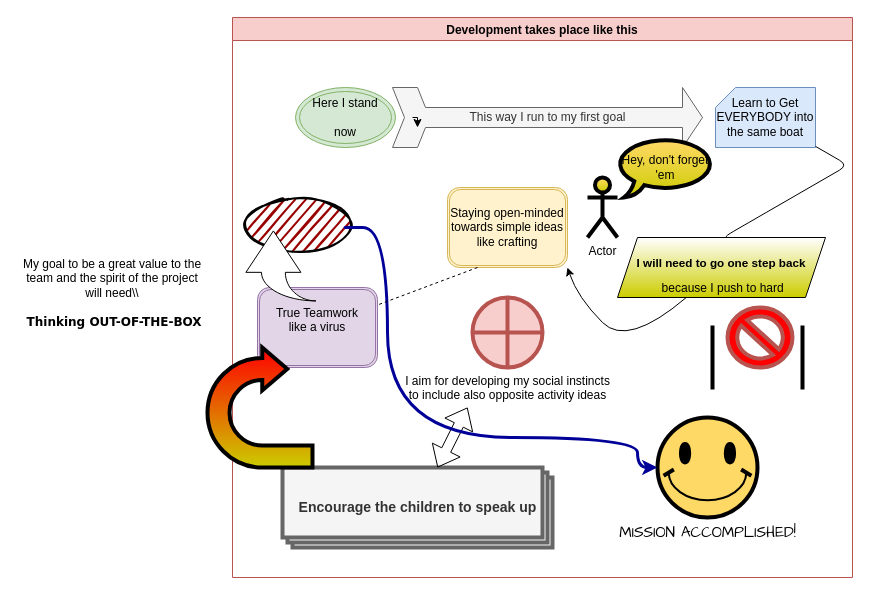
faQun/beispiel-element keeps this draw.io diagram as Untitled Diagram.drawio. Above is the earlier version. Source tidied: cells renumbered, new cells numbered last; positions are measured from the earlier drawing's top-left corner, leaving out a move shared by most shapes. Both pictures are drawn from the tidied source at 100%, with x=0, y=0 at pixel (17, 17).
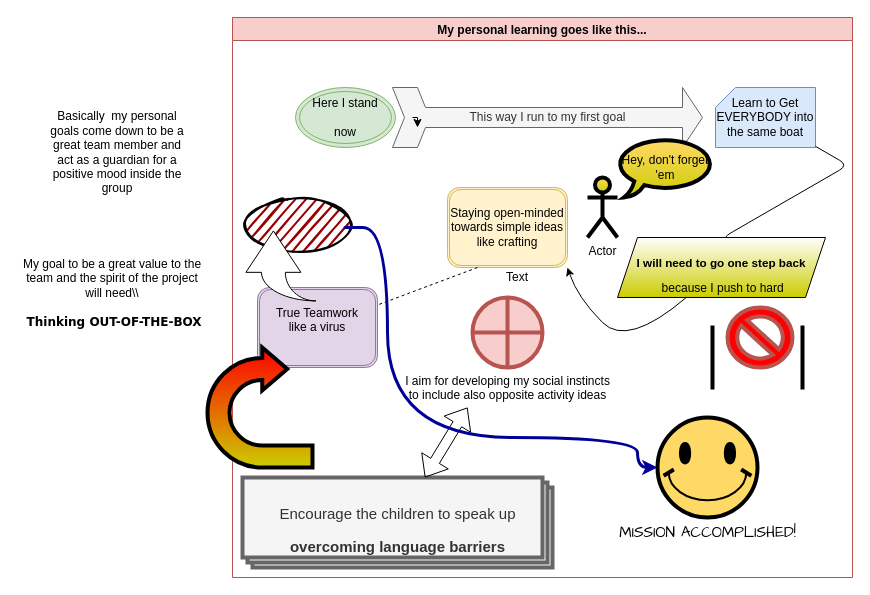
Above is the later version.

Change to the diagram source:
```diff
@@
-    <mxCell id="4" value="Development takes place like this" style="swimlane;fillColor=#f8cecc;strokeColor=#b85450;" parent="1" vertex="1">
+    <mxCell id="4" value="My personal learning goes like this..." style="swimlane;fillColor=#f8cecc;strokeColor=#b85450;" parent="1" vertex="1">
       <mxGeometry x="215" width="620" height="560" as="geometry" />
     </mxCell>
@@
-    <mxCell id="10" value="&lt;div&gt;&lt;h3&gt;Encourage the children to speak up&lt;/h3&gt;&lt;/div&gt;" style="verticalLabelPosition=middle;verticalAlign=middle;html=1;shape=mxgraph.basic.layered_rect;dx=10;outlineConnect=0;strokeWidth=4;align=center;labelPosition=center;fillColor=#f5f5f5;strokeColor=#666666;fontColor=#333333;" parent="4" vertex="1">
-      <mxGeometry x="50" y="450" width="270" height="80" as="geometry" />
+    <mxCell id="10" value="&lt;div style=&quot;font-size: 15px&quot;&gt;&lt;p&gt;Encourage the children to speak up&lt;/p&gt;&lt;div&gt;&lt;b&gt;overcoming language barriers&lt;/b&gt;&lt;br&gt;&lt;/div&gt;&lt;/div&gt;" style="verticalLabelPosition=middle;verticalAlign=middle;html=1;shape=mxgraph.basic.layered_rect;dx=10;outlineConnect=0;strokeWidth=4;align=center;labelPosition=center;fillColor=#f5f5f5;strokeColor=#666666;fontColor=#333333;" parent="4" vertex="1">
+      <mxGeometry x="10" y="460" width="310" height="90" as="geometry" />
     </mxCell>
@@
+    <mxCell id="26" value="Text" style="text;html=1;strokeColor=none;fillColor=none;align=center;verticalAlign=middle;whiteSpace=wrap;rounded=0;" parent="1" vertex="1">
+      <mxGeometry x="480" y="250" width="40" height="20" as="geometry" />
+    </mxCell>
+    <mxCell id="27" value="Basically&amp;nbsp; my personal goals come down to be a great team member and act as a guardian for a positive mood inside the group" style="text;html=1;strokeColor=none;fillColor=none;align=center;verticalAlign=middle;whiteSpace=wrap;rounded=0;" parent="1" vertex="1">
+      <mxGeometry x="30" y="60" width="140" height="150" as="geometry" />
+    </mxCell>
```
